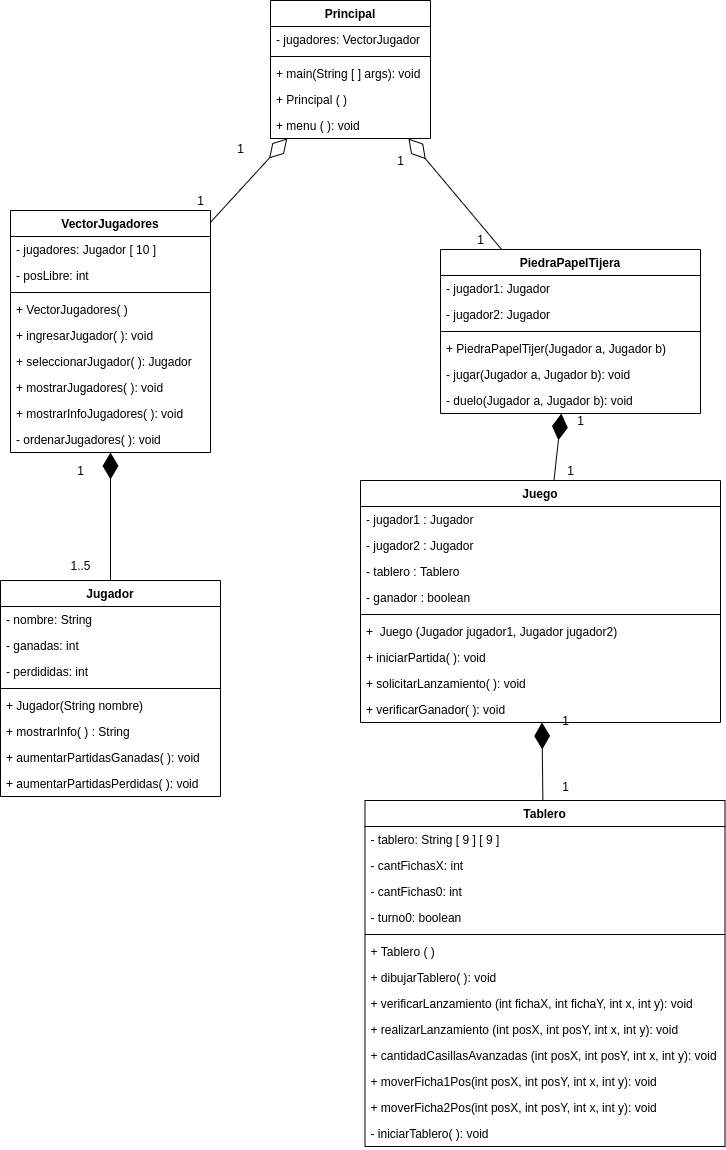
Earlier version of the draw.io export Damas.png (Pabloluis10/Damas). Source tidied: cells renumbered, new cells last; positions are measured from the earlier drawing's top-left corner, leaving out a move shared by most shapes. Its diagram source:
```xml
<mxGraphModel>
  <root>
    <mxCell id="0" />
    <mxCell id="1" parent="0" />
    <mxCell id="2" value="Jugador" style="swimlane;fontStyle=1;align=center;verticalAlign=top;horizontal=1;startSize=26;" parent="1" vertex="1">
      <mxGeometry y="580" width="220" height="216" as="geometry" />
    </mxCell>
    <mxCell id="3" value="- nombre: String" style="text;strokeColor=none;fillColor=none;align=left;verticalAlign=top;spacingLeft=4;spacingRight=4;overflow=hidden;" parent="2" vertex="1">
      <mxGeometry y="26" width="220" height="26" as="geometry" />
    </mxCell>
    <mxCell id="4" value="- ganadas: int" style="text;strokeColor=none;fillColor=none;align=left;verticalAlign=top;spacingLeft=4;spacingRight=4;overflow=hidden;" parent="2" vertex="1">
      <mxGeometry y="52" width="220" height="26" as="geometry" />
    </mxCell>
    <mxCell id="5" value="- perdididas: int" style="text;strokeColor=none;fillColor=none;align=left;verticalAlign=top;spacingLeft=4;spacingRight=4;overflow=hidden;" parent="2" vertex="1">
      <mxGeometry y="78" width="220" height="26" as="geometry" />
    </mxCell>
    <mxCell id="6" style="line;strokeWidth=1;fillColor=none;align=left;verticalAlign=middle;spacingTop=-1;spacingLeft=3;spacingRight=3;labelPosition=right;" parent="2" vertex="1">
      <mxGeometry y="104" width="220" height="8" as="geometry" />
    </mxCell>
    <mxCell id="7" value="+ Jugador(String nombre)" style="text;strokeColor=none;fillColor=none;align=left;verticalAlign=top;spacingLeft=4;spacingRight=4;overflow=hidden;" parent="2" vertex="1">
      <mxGeometry y="112" width="220" height="26" as="geometry" />
    </mxCell>
    <mxCell id="8" value="+ mostrarInfo( ) : String" style="text;strokeColor=none;fillColor=none;align=left;verticalAlign=top;spacingLeft=4;spacingRight=4;overflow=hidden;" parent="2" vertex="1">
      <mxGeometry y="138" width="220" height="26" as="geometry" />
    </mxCell>
    <mxCell id="9" value="+ aumentarPartidasGanadas( ): void" style="text;strokeColor=none;fillColor=none;align=left;verticalAlign=top;spacingLeft=4;spacingRight=4;overflow=hidden;" parent="2" vertex="1">
      <mxGeometry y="164" width="220" height="26" as="geometry" />
    </mxCell>
    <mxCell id="10" value="+ aumentarPartidasPerdidas( ): void" style="text;strokeColor=none;fillColor=none;align=left;verticalAlign=top;spacingLeft=4;spacingRight=4;overflow=hidden;" parent="2" vertex="1">
      <mxGeometry y="190" width="220" height="26" as="geometry" />
    </mxCell>
    <mxCell id="11" value="Tablero" style="swimlane;fontStyle=1;align=center;verticalAlign=top;horizontal=1;startSize=26;" parent="1" vertex="1">
      <mxGeometry x="364.5" y="800" width="360" height="346" as="geometry" />
    </mxCell>
    <mxCell id="12" value="- tablero: String [ 9 ] [ 9 ]" style="text;strokeColor=none;fillColor=none;align=left;verticalAlign=top;spacingLeft=4;spacingRight=4;overflow=hidden;" parent="11" vertex="1">
      <mxGeometry y="26" width="360" height="26" as="geometry" />
    </mxCell>
    <mxCell id="13" value="- cantFichasX: int" style="text;strokeColor=none;fillColor=none;align=left;verticalAlign=top;spacingLeft=4;spacingRight=4;overflow=hidden;" parent="11" vertex="1">
      <mxGeometry y="52" width="360" height="26" as="geometry" />
    </mxCell>
    <mxCell id="14" value="- cantFichas0: int" style="text;strokeColor=none;fillColor=none;align=left;verticalAlign=top;spacingLeft=4;spacingRight=4;overflow=hidden;" parent="11" vertex="1">
      <mxGeometry y="78" width="360" height="26" as="geometry" />
    </mxCell>
    <mxCell id="15" value="- turno0: boolean" style="text;strokeColor=none;fillColor=none;align=left;verticalAlign=top;spacingLeft=4;spacingRight=4;overflow=hidden;" parent="11" vertex="1">
      <mxGeometry y="104" width="360" height="26" as="geometry" />
    </mxCell>
    <mxCell id="16" style="line;strokeWidth=1;fillColor=none;align=left;verticalAlign=middle;spacingTop=-1;spacingLeft=3;spacingRight=3;labelPosition=right;" parent="11" vertex="1">
      <mxGeometry y="130" width="360" height="8" as="geometry" />
    </mxCell>
    <mxCell id="17" value="+ Tablero ( )" style="text;strokeColor=none;fillColor=none;align=left;verticalAlign=top;spacingLeft=4;spacingRight=4;overflow=hidden;" parent="11" vertex="1">
      <mxGeometry y="138" width="360" height="26" as="geometry" />
    </mxCell>
    <mxCell id="18" value="+ dibujarTablero( ): void" style="text;strokeColor=none;fillColor=none;align=left;verticalAlign=top;spacingLeft=4;spacingRight=4;overflow=hidden;" parent="11" vertex="1">
      <mxGeometry y="164" width="360" height="26" as="geometry" />
    </mxCell>
    <mxCell id="19" value="+ verificarLanzamiento (int fichaX, int fichaY, int x, int y): void" style="text;strokeColor=none;fillColor=none;align=left;verticalAlign=top;spacingLeft=4;spacingRight=4;overflow=hidden;" parent="11" vertex="1">
      <mxGeometry y="190" width="360" height="26" as="geometry" />
    </mxCell>
    <mxCell id="20" value="+ realizarLanzamiento (int posX, int posY, int x, int y): void" style="text;strokeColor=none;fillColor=none;align=left;verticalAlign=top;spacingLeft=4;spacingRight=4;overflow=hidden;" parent="11" vertex="1">
      <mxGeometry y="216" width="360" height="26" as="geometry" />
    </mxCell>
    <mxCell id="21" value="+ cantidadCasillasAvanzadas (int posX, int posY, int x, int y): void" style="text;strokeColor=none;fillColor=none;align=left;verticalAlign=top;spacingLeft=4;spacingRight=4;overflow=hidden;" parent="11" vertex="1">
      <mxGeometry y="242" width="360" height="26" as="geometry" />
    </mxCell>
    <mxCell id="22" value="+ moverFicha1Pos(int posX, int posY, int x, int y): void" style="text;strokeColor=none;fillColor=none;align=left;verticalAlign=top;spacingLeft=4;spacingRight=4;overflow=hidden;" parent="11" vertex="1">
      <mxGeometry y="268" width="360" height="26" as="geometry" />
    </mxCell>
    <mxCell id="23" value="+ moverFicha2Pos(int posX, int posY, int x, int y): void" style="text;strokeColor=none;fillColor=none;align=left;verticalAlign=top;spacingLeft=4;spacingRight=4;overflow=hidden;" parent="11" vertex="1">
      <mxGeometry y="294" width="360" height="26" as="geometry" />
    </mxCell>
    <mxCell id="24" value="- iniciarTablero( ): void" style="text;strokeColor=none;fillColor=none;align=left;verticalAlign=top;spacingLeft=4;spacingRight=4;overflow=hidden;" parent="11" vertex="1">
      <mxGeometry y="320" width="360" height="26" as="geometry" />
    </mxCell>
    <mxCell id="25" value="Juego" style="swimlane;fontStyle=1;align=center;verticalAlign=top;horizontal=1;startSize=26;" parent="1" vertex="1">
      <mxGeometry x="360" y="480" width="360" height="242" as="geometry" />
    </mxCell>
    <mxCell id="26" value="- jugador1 : Jugador" style="text;strokeColor=none;fillColor=none;align=left;verticalAlign=top;spacingLeft=4;spacingRight=4;overflow=hidden;" parent="25" vertex="1">
      <mxGeometry y="26" width="360" height="26" as="geometry" />
    </mxCell>
    <mxCell id="27" value="- jugador2 : Jugador" style="text;strokeColor=none;fillColor=none;align=left;verticalAlign=top;spacingLeft=4;spacingRight=4;overflow=hidden;" parent="25" vertex="1">
      <mxGeometry y="52" width="360" height="26" as="geometry" />
    </mxCell>
    <mxCell id="28" value="- tablero : Tablero" style="text;strokeColor=none;fillColor=none;align=left;verticalAlign=top;spacingLeft=4;spacingRight=4;overflow=hidden;" parent="25" vertex="1">
      <mxGeometry y="78" width="360" height="26" as="geometry" />
    </mxCell>
    <mxCell id="29" value="- ganador : boolean" style="text;strokeColor=none;fillColor=none;align=left;verticalAlign=top;spacingLeft=4;spacingRight=4;overflow=hidden;" parent="25" vertex="1">
      <mxGeometry y="104" width="360" height="26" as="geometry" />
    </mxCell>
    <mxCell id="30" style="line;strokeWidth=1;fillColor=none;align=left;verticalAlign=middle;spacingTop=-1;spacingLeft=3;spacingRight=3;labelPosition=right;" parent="25" vertex="1">
      <mxGeometry y="130" width="360" height="8" as="geometry" />
    </mxCell>
    <mxCell id="31" value="+  Juego (Jugador jugador1, Jugador jugador2)" style="text;strokeColor=none;fillColor=none;align=left;verticalAlign=top;spacingLeft=4;spacingRight=4;overflow=hidden;" parent="25" vertex="1">
      <mxGeometry y="138" width="360" height="26" as="geometry" />
    </mxCell>
    <mxCell id="32" value="+ iniciarPartida( ): void&#10;" style="text;strokeColor=none;fillColor=none;align=left;verticalAlign=top;spacingLeft=4;spacingRight=4;overflow=hidden;" parent="25" vertex="1">
      <mxGeometry y="164" width="360" height="26" as="geometry" />
    </mxCell>
    <mxCell id="33" value="+ solicitarLanzamiento( ): void&#10;" style="text;strokeColor=none;fillColor=none;align=left;verticalAlign=top;spacingLeft=4;spacingRight=4;overflow=hidden;" parent="25" vertex="1">
      <mxGeometry y="190" width="360" height="26" as="geometry" />
    </mxCell>
    <mxCell id="34" value="+ verificarGanador( ): void&#10;" style="text;strokeColor=none;fillColor=none;align=left;verticalAlign=top;spacingLeft=4;spacingRight=4;overflow=hidden;" parent="25" vertex="1">
      <mxGeometry y="216" width="360" height="26" as="geometry" />
    </mxCell>
    <mxCell id="35" value="VectorJugadores" style="swimlane;fontStyle=1;align=center;verticalAlign=top;horizontal=1;startSize=26;" parent="1" vertex="1">
      <mxGeometry x="10" y="210" width="200" height="242" as="geometry" />
    </mxCell>
    <mxCell id="36" value="- jugadores: Jugador [ 10 ] " style="text;strokeColor=none;fillColor=none;align=left;verticalAlign=top;spacingLeft=4;spacingRight=4;overflow=hidden;" parent="35" vertex="1">
      <mxGeometry y="26" width="200" height="26" as="geometry" />
    </mxCell>
    <mxCell id="37" value="- posLibre: int" style="text;strokeColor=none;fillColor=none;align=left;verticalAlign=top;spacingLeft=4;spacingRight=4;overflow=hidden;" parent="35" vertex="1">
      <mxGeometry y="52" width="200" height="26" as="geometry" />
    </mxCell>
    <mxCell id="38" style="line;strokeWidth=1;fillColor=none;align=left;verticalAlign=middle;spacingTop=-1;spacingLeft=3;spacingRight=3;labelPosition=right;" parent="35" vertex="1">
      <mxGeometry y="78" width="200" height="8" as="geometry" />
    </mxCell>
    <mxCell id="39" value="+ VectorJugadores( )" style="text;strokeColor=none;fillColor=none;align=left;verticalAlign=top;spacingLeft=4;spacingRight=4;overflow=hidden;" parent="35" vertex="1">
      <mxGeometry y="86" width="200" height="26" as="geometry" />
    </mxCell>
    <mxCell id="40" value="+ ingresarJugador( ): void" style="text;strokeColor=none;fillColor=none;align=left;verticalAlign=top;spacingLeft=4;spacingRight=4;overflow=hidden;" parent="35" vertex="1">
      <mxGeometry y="112" width="200" height="26" as="geometry" />
    </mxCell>
    <mxCell id="41" value="+ seleccionarJugador( ): Jugador" style="text;strokeColor=none;fillColor=none;align=left;verticalAlign=top;spacingLeft=4;spacingRight=4;overflow=hidden;" parent="35" vertex="1">
      <mxGeometry y="138" width="200" height="26" as="geometry" />
    </mxCell>
    <mxCell id="42" value="+ mostrarJugadores( ): void" style="text;strokeColor=none;fillColor=none;align=left;verticalAlign=top;spacingLeft=4;spacingRight=4;overflow=hidden;" parent="35" vertex="1">
      <mxGeometry y="164" width="200" height="26" as="geometry" />
    </mxCell>
    <mxCell id="43" value="+ mostrarInfoJugadores( ): void" style="text;strokeColor=none;fillColor=none;align=left;verticalAlign=top;spacingLeft=4;spacingRight=4;overflow=hidden;" parent="35" vertex="1">
      <mxGeometry y="190" width="200" height="26" as="geometry" />
    </mxCell>
    <mxCell id="44" value="- ordenarJugadores( ): void" style="text;strokeColor=none;fillColor=none;align=left;verticalAlign=top;spacingLeft=4;spacingRight=4;overflow=hidden;" parent="35" vertex="1">
      <mxGeometry y="216" width="200" height="26" as="geometry" />
    </mxCell>
    <mxCell id="45" style="endArrow=diamondThin;endFill=1;endSize=24;html=1;" parent="1" edge="1" source="11" target="25">
      <mxGeometry relative="1" as="geometry" />
    </mxCell>
    <mxCell id="46" value="1" style="text;html=1;align=center;verticalAlign=middle;strokeColor=none;" parent="1" vertex="1">
      <mxGeometry x="554.5" y="776" width="20" height="20" as="geometry" />
    </mxCell>
    <mxCell id="47" value="1" style="text;html=1;align=center;verticalAlign=middle;strokeColor=none;" parent="1" vertex="1">
      <mxGeometry x="554.5" y="710" width="20" height="20" as="geometry" />
    </mxCell>
    <mxCell id="48" style="endArrow=diamondThin;endFill=1;endSize=24;html=1;" parent="1" edge="1" source="2" target="35">
      <mxGeometry relative="1" as="geometry" />
    </mxCell>
    <mxCell id="49" value="1" style="text;html=1;align=center;verticalAlign=middle;strokeColor=none;" parent="1" vertex="1">
      <mxGeometry x="70" y="460" width="20" height="20" as="geometry" />
    </mxCell>
    <mxCell id="50" value="1..5" style="text;html=1;align=center;verticalAlign=middle;strokeColor=none;" parent="1" vertex="1">
      <mxGeometry x="60" y="555" width="40" height="20" as="geometry" />
    </mxCell>
    <mxCell id="51" value="Principal" style="swimlane;fontStyle=1;align=center;verticalAlign=top;horizontal=1;startSize=26;" parent="1" vertex="1">
      <mxGeometry x="270" width="160" height="138" as="geometry" />
    </mxCell>
    <mxCell id="52" value="- jugadores: VectorJugador" style="text;strokeColor=none;fillColor=none;align=left;verticalAlign=top;spacingLeft=4;spacingRight=4;overflow=hidden;" parent="51" vertex="1">
      <mxGeometry y="26" width="160" height="26" as="geometry" />
    </mxCell>
    <mxCell id="53" style="line;strokeWidth=1;fillColor=none;align=left;verticalAlign=middle;spacingTop=-1;spacingLeft=3;spacingRight=3;labelPosition=right;" parent="51" vertex="1">
      <mxGeometry y="52" width="160" height="8" as="geometry" />
    </mxCell>
    <mxCell id="54" value="+ main(String [ ] args): void" style="text;strokeColor=none;fillColor=none;align=left;verticalAlign=top;spacingLeft=4;spacingRight=4;overflow=hidden;" parent="51" vertex="1">
      <mxGeometry y="60" width="160" height="26" as="geometry" />
    </mxCell>
    <mxCell id="55" value="+ Principal ( ) " style="text;strokeColor=none;fillColor=none;align=left;verticalAlign=top;spacingLeft=4;spacingRight=4;overflow=hidden;" parent="51" vertex="1">
      <mxGeometry y="86" width="160" height="26" as="geometry" />
    </mxCell>
    <mxCell id="56" value="+ menu ( ): void" style="text;strokeColor=none;fillColor=none;align=left;verticalAlign=top;spacingLeft=4;spacingRight=4;overflow=hidden;" parent="51" vertex="1">
      <mxGeometry y="112" width="160" height="26" as="geometry" />
    </mxCell>
    <mxCell id="57" value="1" style="text;html=1;align=center;verticalAlign=middle;strokeColor=none;" parent="1" vertex="1">
      <mxGeometry x="470" y="229" width="20" height="20" as="geometry" />
    </mxCell>
    <mxCell id="58" value="1" style="text;html=1;align=center;verticalAlign=middle;strokeColor=none;" parent="1" vertex="1">
      <mxGeometry x="190" y="190" width="20" height="20" as="geometry" />
    </mxCell>
    <mxCell id="59" value="PiedraPapelTijera" style="swimlane;fontStyle=1;align=center;verticalAlign=top;horizontal=1;startSize=26;" parent="1" vertex="1">
      <mxGeometry x="440" y="249" width="260" height="164" as="geometry" />
    </mxCell>
    <mxCell id="60" value="- jugador1: Jugador" style="text;strokeColor=none;fillColor=none;align=left;verticalAlign=top;spacingLeft=4;spacingRight=4;overflow=hidden;" parent="59" vertex="1">
      <mxGeometry y="26" width="260" height="26" as="geometry" />
    </mxCell>
    <mxCell id="61" value="- jugador2: Jugador" style="text;strokeColor=none;fillColor=none;align=left;verticalAlign=top;spacingLeft=4;spacingRight=4;overflow=hidden;" parent="59" vertex="1">
      <mxGeometry y="52" width="260" height="26" as="geometry" />
    </mxCell>
    <mxCell id="62" style="line;strokeWidth=1;fillColor=none;align=left;verticalAlign=middle;spacingTop=-1;spacingLeft=3;spacingRight=3;labelPosition=right;" parent="59" vertex="1">
      <mxGeometry y="78" width="260" height="8" as="geometry" />
    </mxCell>
    <mxCell id="63" value="+ PiedraPapelTijer(Jugador a, Jugador b)" style="text;strokeColor=none;fillColor=none;align=left;verticalAlign=top;spacingLeft=4;spacingRight=4;overflow=hidden;" parent="59" vertex="1">
      <mxGeometry y="86" width="260" height="26" as="geometry" />
    </mxCell>
    <mxCell id="64" value="- jugar(Jugador a, Jugador b): void" style="text;strokeColor=none;fillColor=none;align=left;verticalAlign=top;spacingLeft=4;spacingRight=4;overflow=hidden;" parent="59" vertex="1">
      <mxGeometry y="112" width="260" height="26" as="geometry" />
    </mxCell>
    <mxCell id="65" value="- duelo(Jugador a, Jugador b): void " style="text;strokeColor=none;fillColor=none;align=left;verticalAlign=top;spacingLeft=4;spacingRight=4;overflow=hidden;" parent="59" vertex="1">
      <mxGeometry y="138" width="260" height="26" as="geometry" />
    </mxCell>
    <mxCell id="66" style="endArrow=diamondThin;endFill=0;endSize=24;html=1;" parent="1" edge="1" source="35" target="51">
      <mxGeometry relative="1" as="geometry" />
    </mxCell>
    <mxCell id="67" value="1" style="text;html=1;align=center;verticalAlign=middle;strokeColor=none;" parent="1" vertex="1">
      <mxGeometry x="230" y="138" width="20" height="20" as="geometry" />
    </mxCell>
    <mxCell id="68" style="endArrow=diamondThin;endFill=0;endSize=24;html=1;startArrow=none;" parent="1" edge="1" source="59" target="51">
      <mxGeometry relative="1" as="geometry" />
    </mxCell>
    <mxCell id="69" value="1" style="text;html=1;align=center;verticalAlign=middle;strokeColor=none;" parent="1" vertex="1">
      <mxGeometry x="390" y="150" width="20" height="20" as="geometry" />
    </mxCell>
    <mxCell id="70" style="endArrow=diamondThin;endFill=1;endSize=24;html=1;" parent="1" edge="1" source="25" target="59">
      <mxGeometry relative="1" as="geometry" />
    </mxCell>
    <mxCell id="71" value="1" style="text;html=1;align=center;verticalAlign=middle;strokeColor=none;" parent="1" vertex="1">
      <mxGeometry x="560" y="460" width="20" height="20" as="geometry" />
    </mxCell>
    <mxCell id="72" value="1" style="text;html=1;align=center;verticalAlign=middle;strokeColor=none;" parent="1" vertex="1">
      <mxGeometry x="570" y="410" width="20" height="20" as="geometry" />
    </mxCell>
  </root>
</mxGraphModel>
```
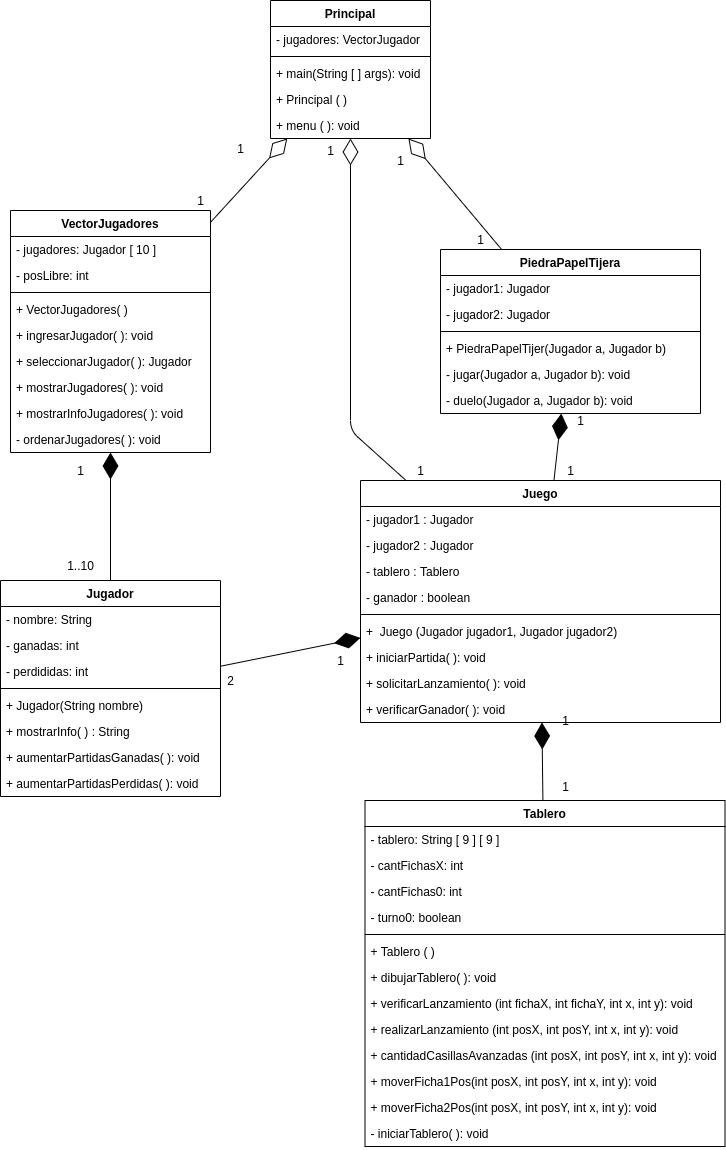
After the change.

Commit message:
Termine el proyecto. En Principal.java agregue el menu(), y en las otras clases agregue saltod de linea. y arregle el diagrama de clases (Damas.png)

The edit, as a diff of the source:
```diff
@@ -146,7 +146,7 @@
     <mxCell id="49" value="1" style="text;html=1;align=center;verticalAlign=middle;strokeColor=none;" parent="1" vertex="1">
       <mxGeometry x="70" y="460" width="20" height="20" as="geometry" />
     </mxCell>
-    <mxCell id="50" value="1..5" style="text;html=1;align=center;verticalAlign=middle;strokeColor=none;" parent="1" vertex="1">
+    <mxCell id="50" value="1..10" style="text;html=1;align=center;verticalAlign=middle;strokeColor=none;" parent="1" vertex="1">
       <mxGeometry x="60" y="555" width="40" height="20" as="geometry" />
     </mxCell>
     <mxCell id="51" value="Principal" style="swimlane;fontStyle=1;align=center;verticalAlign=top;horizontal=1;startSize=26;" parent="1" vertex="1">
@@ -215,5 +215,27 @@
     <mxCell id="72" value="1" style="text;html=1;align=center;verticalAlign=middle;strokeColor=none;" parent="1" vertex="1">
       <mxGeometry x="570" y="410" width="20" height="20" as="geometry" />
     </mxCell>
+    <mxCell id="73" style="endArrow=diamondThin;endFill=0;endSize=24;html=1;" parent="1" edge="1" source="25" target="51">
+      <mxGeometry relative="1" as="geometry">
+        <Array as="points">
+          <mxPoint x="350" y="430" />
+        </Array>
+      </mxGeometry>
+    </mxCell>
+    <mxCell id="74" style="endArrow=diamondThin;endFill=1;endSize=24;html=1;" parent="1" edge="1" source="2" target="25">
+      <mxGeometry relative="1" as="geometry" />
+    </mxCell>
+    <mxCell id="75" value="2" style="text;html=1;align=center;verticalAlign=middle;strokeColor=none;" parent="1" vertex="1">
+      <mxGeometry x="220" y="670" width="20" height="20" as="geometry" />
+    </mxCell>
+    <mxCell id="76" value="1" style="text;html=1;align=center;verticalAlign=middle;strokeColor=none;" parent="1" vertex="1">
+      <mxGeometry x="330" y="650" width="20" height="20" as="geometry" />
+    </mxCell>
+    <mxCell id="77" value="1" style="text;html=1;align=center;verticalAlign=middle;strokeColor=none;" parent="1" vertex="1">
+      <mxGeometry x="410" y="460" width="20" height="20" as="geometry" />
+    </mxCell>
+    <mxCell id="78" value="1" style="text;html=1;align=center;verticalAlign=middle;strokeColor=none;" parent="1" vertex="1">
+      <mxGeometry x="320" y="140" width="20" height="20" as="geometry" />
+    </mxCell>
   </root>
 </mxGraphModel>
```
